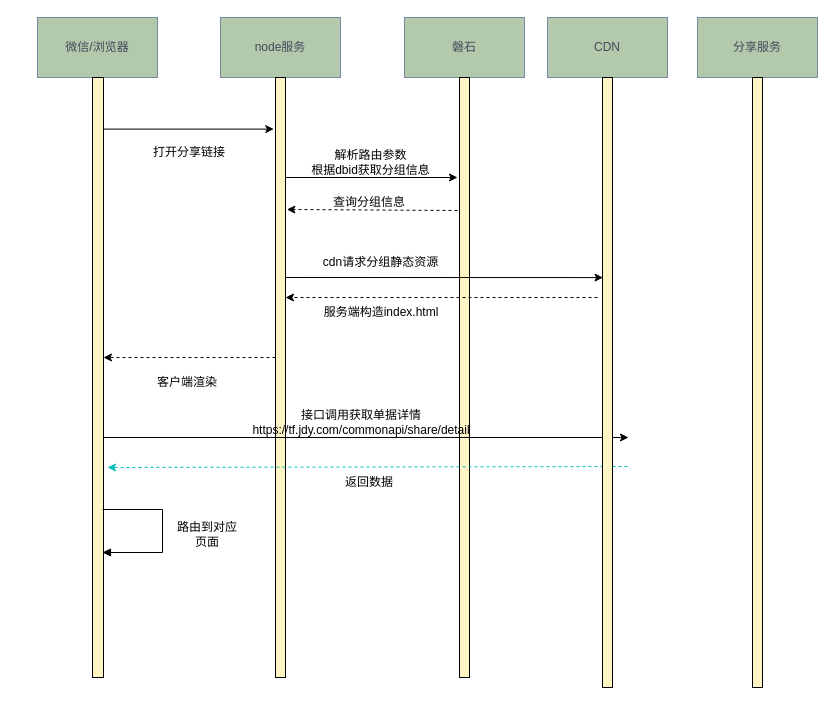
This is 未命名绘图.drawio from Mark-LoveFootball/mind, a draw.io file, before an edit. Source tidied: cells renumbered, new cells numbered last; positions are measured from the earlier drawing's top-left corner, leaving out a move shared by most shapes. Both pictures are drawn from the tidied source at 100%, with x=0, y=0 at pixel (37, 17).
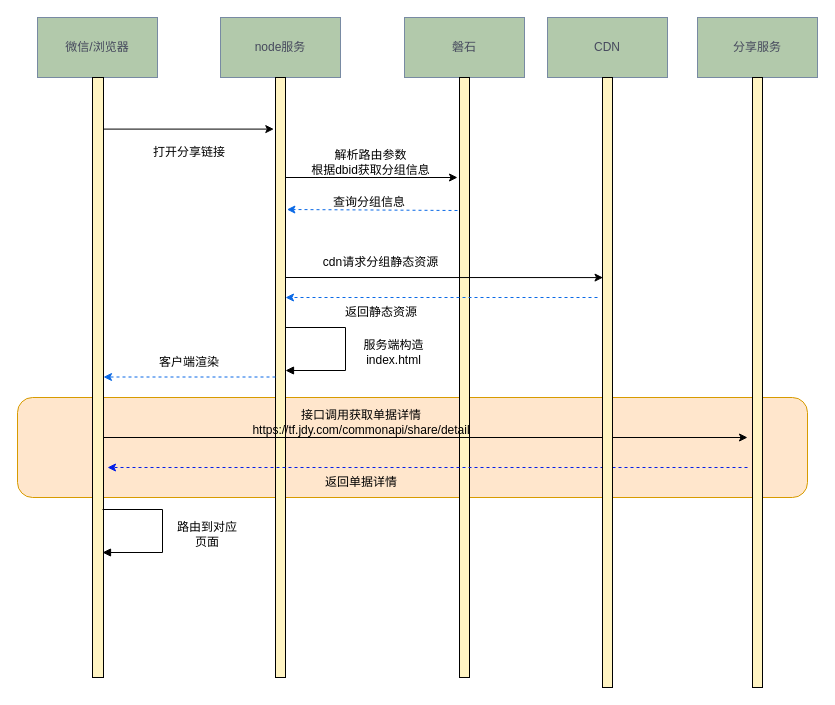
After the change.

Unchanged cells that the change refers to:
```xml
<mxCell id="7" style="rounded=0;whiteSpace=wrap;html=1;fillColor=#FFF4C3;" parent="1" vertex="1">
  <mxGeometry x="238" y="60" width="10" height="600" as="geometry" />
</mxCell>
```

Change to the diagram source:
```diff
@@
+    <mxCell id="30" style="rounded=1;whiteSpace=wrap;html=1;labelBorderColor=default;strokeColor=#d79b00;fillColor=#ffe6cc;" parent="1" vertex="1">
+      <mxGeometry x="-20" y="380" width="790" height="100" as="geometry" />
+    </mxCell>
@@
     <mxCell id="14" value="客户端渲染" style="text;html=1;strokeColor=none;fillColor=none;align=center;verticalAlign=middle;whiteSpace=wrap;rounded=0;" parent="1" vertex="1">
-      <mxGeometry x="110" y="350" width="80" height="30" as="geometry" />
+      <mxGeometry x="112" y="330" width="80" height="30" as="geometry" />
     </mxCell>
-    <mxCell id="15" style="endArrow=classic;html=1;rounded=0;entryX=1.139;entryY=0.22;entryDx=0;entryDy=0;entryPerimeter=0;dashed=1;" parent="1" edge="1" target="7">
+    <mxCell id="15" style="endArrow=classic;html=1;rounded=0;entryX=1.139;entryY=0.22;entryDx=0;entryDy=0;entryPerimeter=0;dashed=1;strokeColor=#0a69e6;" parent="1" edge="1" target="7">
       <mxGeometry relative="1" as="geometry">
         <mxPoint x="420" y="193" as="sourcePoint" />
       </mxGeometry>
     </mxCell>
-    <mxCell id="16" value="服务端构造index.html" style="text;html=1;strokeColor=none;fillColor=none;align=center;verticalAlign=middle;whiteSpace=wrap;rounded=0;" parent="1" vertex="1">
+    <mxCell id="16" value="返回静态资源" style="text;html=1;strokeColor=none;fillColor=none;align=center;verticalAlign=middle;whiteSpace=wrap;rounded=0;" parent="1" vertex="1">
       <mxGeometry x="270.5" y="280" width="146" height="30" as="geometry" />
     </mxCell>
-    <mxCell id="17" style="endArrow=classic;html=1;rounded=0;entryX=0.985;entryY=0.214;entryDx=0;entryDy=0;entryPerimeter=0;dashed=1;" parent="1" edge="1">
+    <mxCell id="17" style="endArrow=classic;html=1;rounded=0;entryX=0.985;entryY=0.214;entryDx=0;entryDy=0;entryPerimeter=0;dashed=1;strokeColor=#0a69e6;" parent="1" edge="1">
       <mxGeometry relative="1" as="geometry">
-        <mxPoint x="238" y="340" as="sourcePoint" />
-        <mxPoint x="66" y="340" as="targetPoint" />
+        <mxPoint x="238" y="359.5" as="sourcePoint" />
+        <mxPoint x="66" y="359.5" as="targetPoint" />
       </mxGeometry>
     </mxCell>
@@
     <mxCell id="21" style="endArrow=classic;html=1;rounded=0;exitX=0.977;exitY=0.086;exitDx=0;exitDy=0;exitPerimeter=0;" parent="1" edge="1">
       <mxGeometry relative="1" as="geometry">
         <mxPoint x="65.5" y="420" as="sourcePoint" />
-        <mxPoint x="591" y="420" as="targetPoint" />
+        <mxPoint x="710" y="420" as="targetPoint" />
       </mxGeometry>
     </mxCell>
@@
-    <mxCell id="23" style="endArrow=classic;html=1;rounded=0;dashed=1;labelBorderColor=default;strokeColor=#0abdba;fontColor=#03a58a;" parent="1" edge="1">
+    <mxCell id="23" style="endArrow=classic;html=1;rounded=0;dashed=1;labelBorderColor=default;strokeColor=#041ee7;fontColor=#03a58a;" parent="1" edge="1">
       <mxGeometry relative="1" as="geometry">
-        <mxPoint x="590" y="449" as="sourcePoint" />
+        <mxPoint x="710" y="450" as="sourcePoint" />
         <mxPoint x="70" y="450" as="targetPoint" />
       </mxGeometry>
     </mxCell>
-    <mxCell id="24" value="返回数据" style="text;html=1;strokeColor=none;fillColor=none;align=center;verticalAlign=middle;whiteSpace=wrap;rounded=0;" parent="1" vertex="1">
-      <mxGeometry x="252" y="450" width="160" height="30" as="geometry" />
+    <mxCell id="24" value="返回单据详情" style="text;html=1;strokeColor=none;fillColor=none;align=center;verticalAlign=middle;whiteSpace=wrap;rounded=0;" parent="1" vertex="1">
+      <mxGeometry x="244" y="450" width="160" height="30" as="geometry" />
     </mxCell>
@@
-    <mxCell id="29" style="endArrow=classic;html=1;rounded=0;entryX=1.139;entryY=0.22;entryDx=0;entryDy=0;entryPerimeter=0;dashed=1;" parent="1" edge="1">
+    <mxCell id="29" style="endArrow=classic;html=1;rounded=0;entryX=1.139;entryY=0.22;entryDx=0;entryDy=0;entryPerimeter=0;dashed=1;strokeColor=#0a69e6;" parent="1" edge="1">
       <mxGeometry relative="1" as="geometry">
         <mxPoint x="560" y="280" as="sourcePoint" />
         <mxPoint x="248" y="280" as="targetPoint" />
       </mxGeometry>
     </mxCell>
+    <mxCell id="31" style="edgeStyle=orthogonalEdgeStyle;html=1;align=left;spacingLeft=2;endArrow=block;rounded=0;" parent="1" edge="1">
+      <mxGeometry x="-0.02" y="52" relative="1" as="geometry">
+        <mxPoint x="248" y="310" as="sourcePoint" />
+        <mxPoint x="248" y="353" as="targetPoint" />
+        <Array as="points">
+          <mxPoint x="308" y="310" />
+          <mxPoint x="308" y="353" />
+        </Array>
+      </mxGeometry>
+    </mxCell>
+    <mxCell id="32" value="服务端构造index.html" style="text;html=1;strokeColor=none;fillColor=none;align=center;verticalAlign=middle;whiteSpace=wrap;rounded=0;" parent="1" vertex="1">
+      <mxGeometry x="313" y="320" width="87" height="30" as="geometry" />
+    </mxCell>
```
